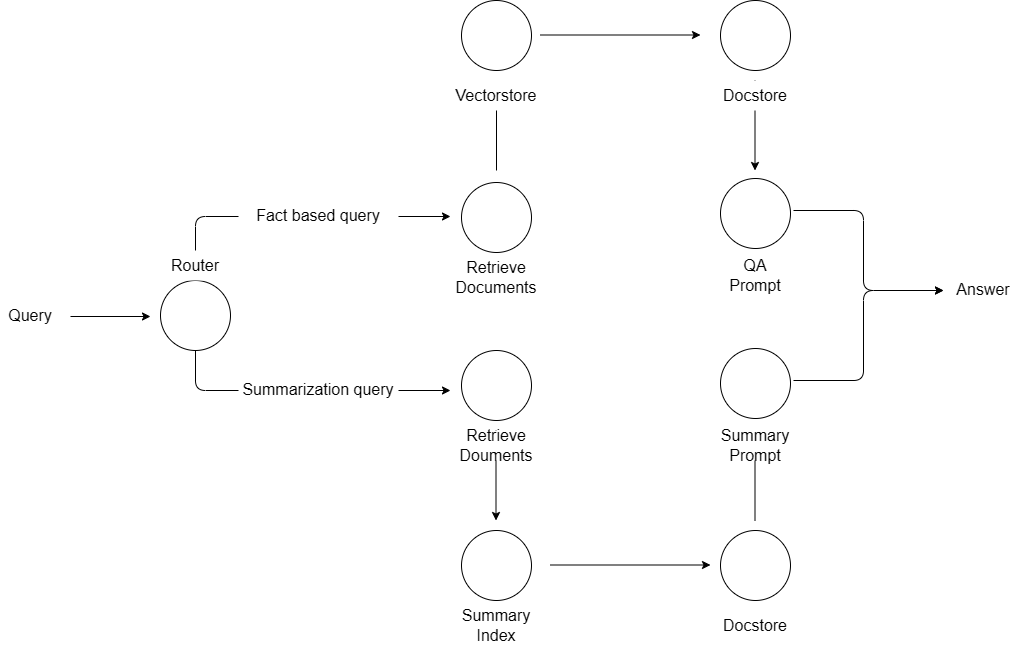
ahmedsamirio/saudi-rag-project keeps this draw.io diagram as images/Flow.drawio.png. Above is the earlier version. Source tidied: cells renumbered, new cells last; positions are measured from the earlier drawing's top-left corner, leaving out a move shared by most shapes.
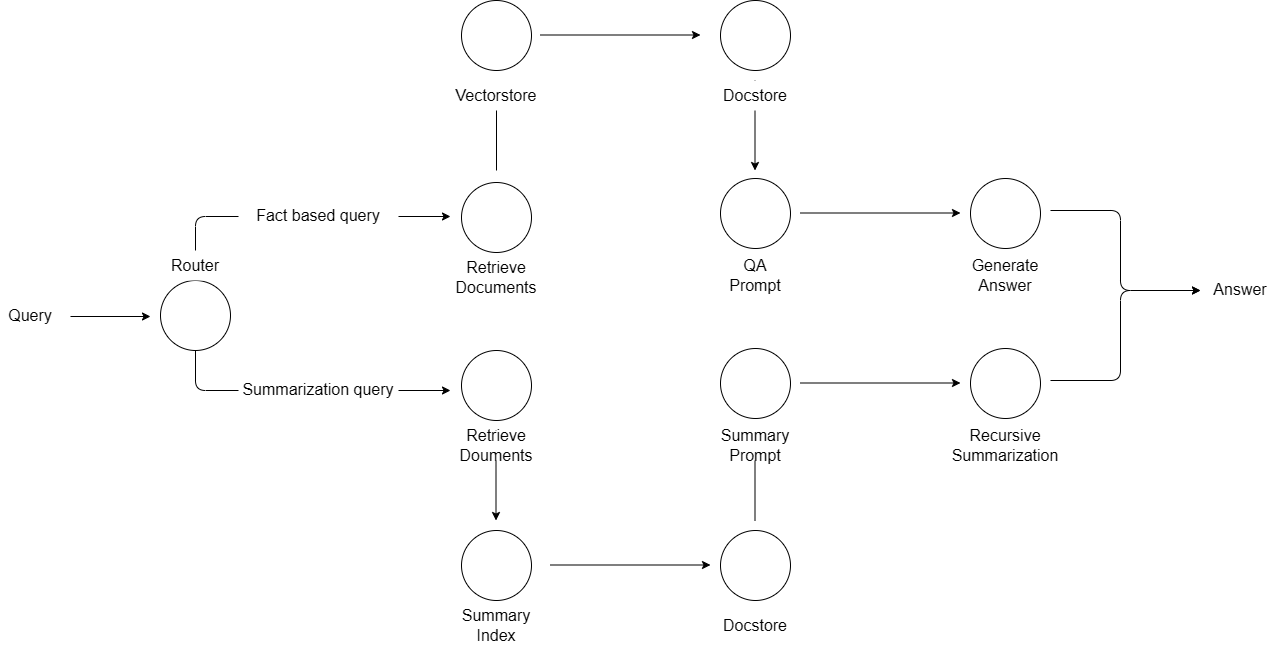
Above is the later version.

Change to the diagram source:
```diff
@@ -123,28 +123,52 @@
     <mxCell id="31" value="Summary Prompt" style="text;html=1;align=center;verticalAlign=middle;whiteSpace=wrap;rounded=0;fontSize=16;fillColor=default;" parent="1" vertex="1">
       <mxGeometry x="725" y="430" width="60" height="30" as="geometry" />
     </mxCell>
+    <mxCell id="35" style="endArrow=classic;html=1;rounded=0;" parent="1" edge="1">
+      <mxGeometry relative="1" as="geometry">
+        <mxPoint x="800" y="212.5" as="sourcePoint" />
+        <mxPoint x="960" y="212.5" as="targetPoint" />
+      </mxGeometry>
+    </mxCell>
+    <mxCell id="36" style="ellipse;whiteSpace=wrap;html=1;" parent="1" vertex="1">
+      <mxGeometry x="970" y="178" width="70" height="70" as="geometry" />
+    </mxCell>
+    <mxCell id="37" value="Generate&lt;div&gt;Answer&lt;/div&gt;" style="text;html=1;align=center;verticalAlign=middle;whiteSpace=wrap;rounded=0;fontSize=16;" parent="1" vertex="1">
+      <mxGeometry x="975" y="260" width="60" height="30" as="geometry" />
+    </mxCell>
+    <mxCell id="38" style="endArrow=classic;html=1;rounded=0;" parent="1" edge="1">
+      <mxGeometry relative="1" as="geometry">
+        <mxPoint x="800" y="382.5" as="sourcePoint" />
+        <mxPoint x="960" y="382.5" as="targetPoint" />
+      </mxGeometry>
+    </mxCell>
+    <mxCell id="39" style="ellipse;whiteSpace=wrap;html=1;" parent="1" vertex="1">
+      <mxGeometry x="970" y="348" width="70" height="70" as="geometry" />
+    </mxCell>
+    <mxCell id="40" value="Recursive Summarization" style="text;html=1;align=center;verticalAlign=middle;whiteSpace=wrap;rounded=0;fontSize=16;" parent="1" vertex="1">
+      <mxGeometry x="975" y="430" width="60" height="30" as="geometry" />
+    </mxCell>
     <mxCell id="32" style="endArrow=classic;html=1;rounded=1;curved=0;" parent="1" edge="1">
       <mxGeometry relative="1" as="geometry">
-        <mxPoint x="793" y="210" as="sourcePoint" />
-        <mxPoint x="943" y="290" as="targetPoint" />
+        <mxPoint x="1050" y="210" as="sourcePoint" />
+        <mxPoint x="1200" y="290" as="targetPoint" />
         <Array as="points">
-          <mxPoint x="863" y="210" />
-          <mxPoint x="863" y="290" />
+          <mxPoint x="1120" y="210" />
+          <mxPoint x="1120" y="290" />
         </Array>
       </mxGeometry>
     </mxCell>
     <mxCell id="33" style="endArrow=classic;html=1;rounded=1;curved=0;" parent="1" edge="1">
       <mxGeometry relative="1" as="geometry">
-        <mxPoint x="793" y="380" as="sourcePoint" />
-        <mxPoint x="943" y="290" as="targetPoint" />
+        <mxPoint x="1050" y="380" as="sourcePoint" />
+        <mxPoint x="1200" y="290" as="targetPoint" />
         <Array as="points">
-          <mxPoint x="863" y="380" />
-          <mxPoint x="863" y="290" />
+          <mxPoint x="1120" y="380" />
+          <mxPoint x="1120" y="290" />
         </Array>
       </mxGeometry>
     </mxCell>
     <mxCell id="34" value="Answer" style="text;html=1;align=center;verticalAlign=middle;whiteSpace=wrap;rounded=0;fontSize=16;" parent="1" vertex="1">
-      <mxGeometry x="953" y="274" width="60" height="30" as="geometry" />
+      <mxGeometry x="1210" y="274" width="60" height="30" as="geometry" />
     </mxCell>
   </root>
 </mxGraphModel>
```
